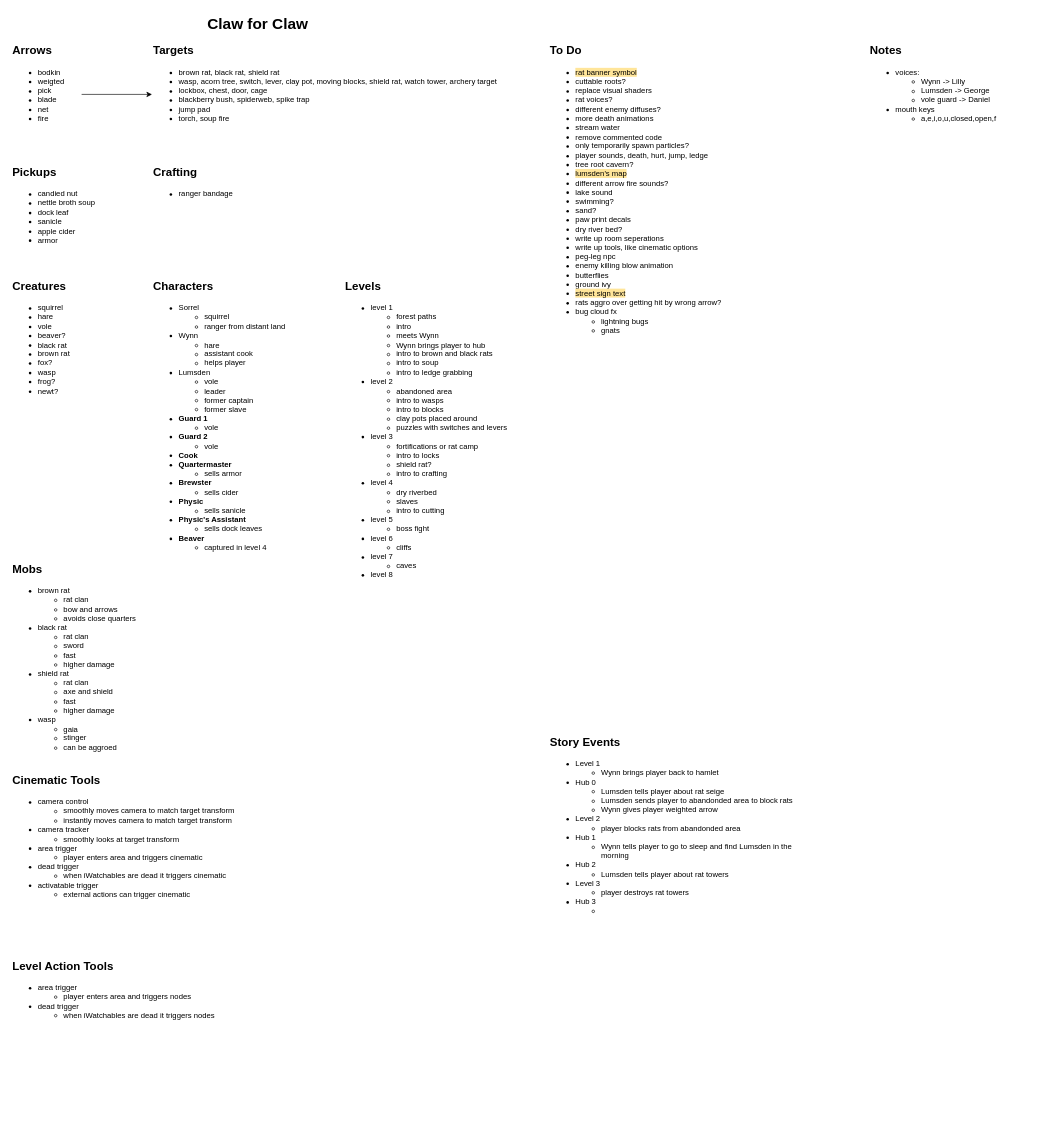
Earlier version of the draw.io diagram Planning/design-doc.drawio (camerondedore/Godot-Project-3). Source tidied: cells renumbered, new cells numbered last; positions are measured from the earlier drawing's top-left corner, leaving out a move shared by most shapes. Both pictures are drawn from the tidied source at 64%, with x=0, y=0 at pixel (11, 11).
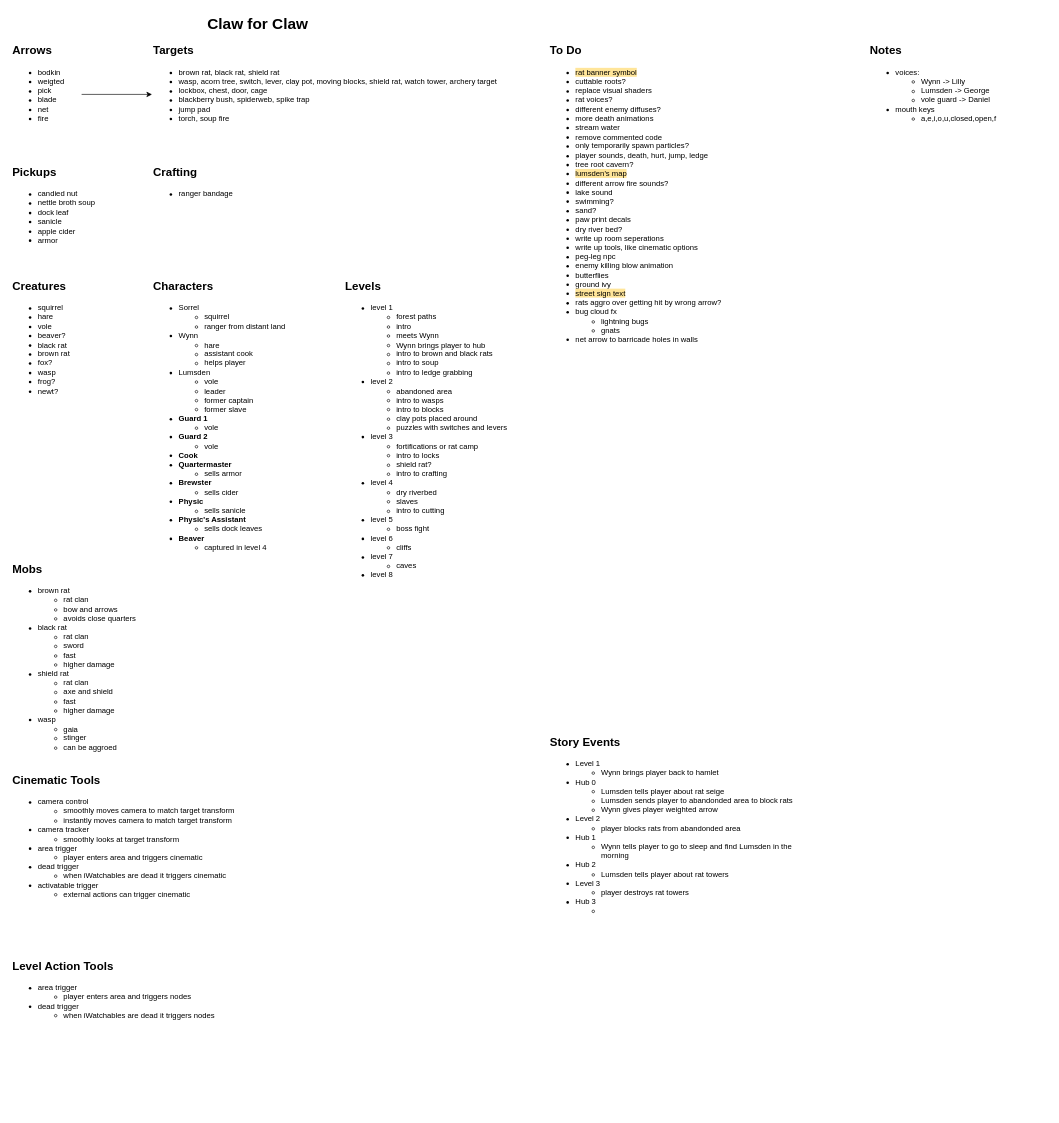
After the change.

What changed in the source:
```diff
@@
-    <mxCell id="19" value="&lt;ul&gt;&lt;li&gt;&lt;span style=&quot;background-color: rgb(255, 229, 153);&quot;&gt;rat banner symbol&lt;/span&gt;&lt;/li&gt;&lt;li&gt;cuttable roots?&lt;/li&gt;&lt;li&gt;replace visual shaders&lt;/li&gt;&lt;li&gt;rat voices?&lt;/li&gt;&lt;li&gt;different enemy diffuses?&lt;/li&gt;&lt;li&gt;more death animations&lt;/li&gt;&lt;li&gt;&lt;span style=&quot;background-color: transparent; color: light-dark(rgb(0, 0, 0), rgb(255, 255, 255));&quot;&gt;stream water&lt;/span&gt;&lt;br&gt;&lt;/li&gt;&lt;li&gt;remove commented code&lt;/li&gt;&lt;li&gt;only temporarily spawn particles?&lt;/li&gt;&lt;li&gt;player sounds, death, hurt, jump, ledge&lt;/li&gt;&lt;li&gt;tree root cavern?&lt;/li&gt;&lt;li&gt;&lt;font style=&quot;color: rgb(0, 0, 0); background-color: rgb(255, 229, 153);&quot;&gt;lumsden's map&lt;/font&gt;&lt;/li&gt;&lt;li&gt;different arrow fire sounds?&lt;/li&gt;&lt;li&gt;lake sound&lt;/li&gt;&lt;li&gt;swimming?&lt;/li&gt;&lt;li&gt;&lt;span&gt;sand&lt;/span&gt;?&lt;/li&gt;&lt;li&gt;paw print decals&lt;/li&gt;&lt;li&gt;dry river bed?&lt;/li&gt;&lt;li&gt;write up room seperations&lt;/li&gt;&lt;li&gt;write up tools, like cinematic options&lt;/li&gt;&lt;li&gt;peg-leg npc&lt;/li&gt;&lt;li&gt;enemy killing blow animation&lt;/li&gt;&lt;li&gt;butterflies&lt;/li&gt;&lt;li&gt;ground ivy&lt;/li&gt;&lt;li&gt;&lt;span style=&quot;background-color: rgb(255, 229, 153);&quot;&gt;street sign text&lt;/span&gt;&lt;/li&gt;&lt;li&gt;&lt;span&gt;rats aggro over getting hit by wrong arrow?&lt;/span&gt;&lt;/li&gt;&lt;li&gt;&lt;span&gt;bug cloud fx&lt;/span&gt;&lt;/li&gt;&lt;ul&gt;&lt;li&gt;&lt;span&gt;lightning bugs&lt;/span&gt;&lt;/li&gt;&lt;li&gt;&lt;span&gt;gnats&lt;/span&gt;&lt;/li&gt;&lt;/ul&gt;&lt;/ul&gt;" style="text;html=1;align=left;verticalAlign=top;whiteSpace=wrap;rounded=0;" parent="1" vertex="1">
-      <mxGeometry x="840" y="70" width="280" height="440" as="geometry" />
+    <mxCell id="19" value="&lt;ul&gt;&lt;li&gt;&lt;span style=&quot;background-color: rgb(255, 229, 153);&quot;&gt;rat banner symbol&lt;/span&gt;&lt;/li&gt;&lt;li&gt;cuttable roots?&lt;/li&gt;&lt;li&gt;replace visual shaders&lt;/li&gt;&lt;li&gt;rat voices?&lt;/li&gt;&lt;li&gt;different enemy diffuses?&lt;/li&gt;&lt;li&gt;more death animations&lt;/li&gt;&lt;li&gt;&lt;span style=&quot;background-color: transparent; color: light-dark(rgb(0, 0, 0), rgb(255, 255, 255));&quot;&gt;stream water&lt;/span&gt;&lt;br&gt;&lt;/li&gt;&lt;li&gt;remove commented code&lt;/li&gt;&lt;li&gt;only temporarily spawn particles?&lt;/li&gt;&lt;li&gt;player sounds, death, hurt, jump, ledge&lt;/li&gt;&lt;li&gt;tree root cavern?&lt;/li&gt;&lt;li&gt;&lt;font style=&quot;color: rgb(0, 0, 0); background-color: rgb(255, 229, 153);&quot;&gt;lumsden's map&lt;/font&gt;&lt;/li&gt;&lt;li&gt;different arrow fire sounds?&lt;/li&gt;&lt;li&gt;lake sound&lt;/li&gt;&lt;li&gt;swimming?&lt;/li&gt;&lt;li&gt;&lt;span&gt;sand&lt;/span&gt;?&lt;/li&gt;&lt;li&gt;paw print decals&lt;/li&gt;&lt;li&gt;dry river bed?&lt;/li&gt;&lt;li&gt;write up room seperations&lt;/li&gt;&lt;li&gt;write up tools, like cinematic options&lt;/li&gt;&lt;li&gt;peg-leg npc&lt;/li&gt;&lt;li&gt;enemy killing blow animation&lt;/li&gt;&lt;li&gt;butterflies&lt;/li&gt;&lt;li&gt;ground ivy&lt;/li&gt;&lt;li&gt;&lt;span style=&quot;background-color: rgb(255, 229, 153);&quot;&gt;street sign text&lt;/span&gt;&lt;/li&gt;&lt;li&gt;&lt;span&gt;rats aggro over getting hit by wrong arrow?&lt;/span&gt;&lt;/li&gt;&lt;li&gt;&lt;span&gt;bug cloud fx&lt;/span&gt;&lt;/li&gt;&lt;ul&gt;&lt;li&gt;&lt;span&gt;lightning bugs&lt;/span&gt;&lt;/li&gt;&lt;li&gt;&lt;span&gt;gnats&lt;/span&gt;&lt;/li&gt;&lt;/ul&gt;&lt;li&gt;net arrow to barricade holes in walls&lt;/li&gt;&lt;/ul&gt;" style="text;html=1;align=left;verticalAlign=top;whiteSpace=wrap;rounded=0;" parent="1" vertex="1">
+      <mxGeometry x="840" y="70" width="280" height="520" as="geometry" />
     </mxCell>
```
